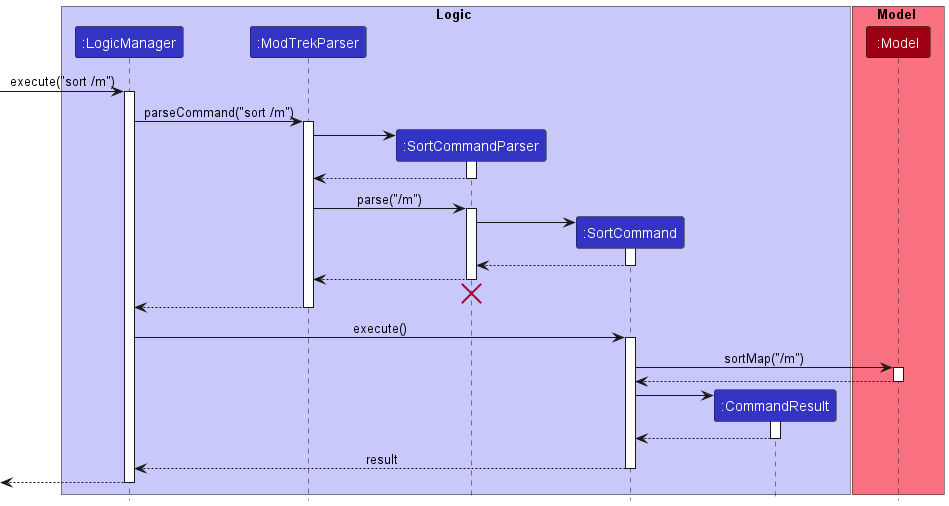
The PlantUML diagram docs/images/SortSequenceDiagram.png in nus-cs2103-AY2223S2/tp, before a commit. Source of this version:
```plantuml
@startuml
!include style.puml

box Logic LOGIC_COLOR_T1
participant ":LogicManager" as LogicManager LOGIC_COLOR
participant ":ModTrekParser" as ModTrekParser LOGIC_COLOR
participant ":SortCommandParser" as SortCommandParser LOGIC_COLOR
participant ":SortCommand" as SortCommand LOGIC_COLOR
participant ":CommandResult" as CommandResult LOGIC_COLOR
end box

box Model MODEL_COLOR_T1
participant ":Model" as Model MODEL_COLOR
end box

[-> LogicManager : execute("sort /m")
activate LogicManager

LogicManager -> ModTrekParser : parseCommand("sort /m")
activate ModTrekParser

create SortCommandParser
ModTrekParser -> SortCommandParser
activate SortCommandParser

SortCommandParser --> ModTrekParser
deactivate SortCommandParser

ModTrekParser -> SortCommandParser : parse("/m")
activate SortCommandParser

create SortCommand
SortCommandParser -> SortCommand
activate SortCommand

SortCommand --> SortCommandParser
deactivate SortCommand

SortCommandParser --> ModTrekParser
deactivate SortCommandParser
SortCommandParser -[hidden]-> ModTrekParser
destroy SortCommandParser

ModTrekParser --> LogicManager
deactivate ModTrekParser

LogicManager -> SortCommand : execute()
activate SortCommand

SortCommand -> Model : sortMap("/m")
activate Model

Model --> SortCommand
deactivate Model

create CommandResult
SortCommand -> CommandResult
activate CommandResult

CommandResult --> SortCommand
deactivate CommandResult

SortCommand --> LogicManager : result
deactivate SortCommand

[<--LogicManager
deactivate LogicManager
@enduml
```
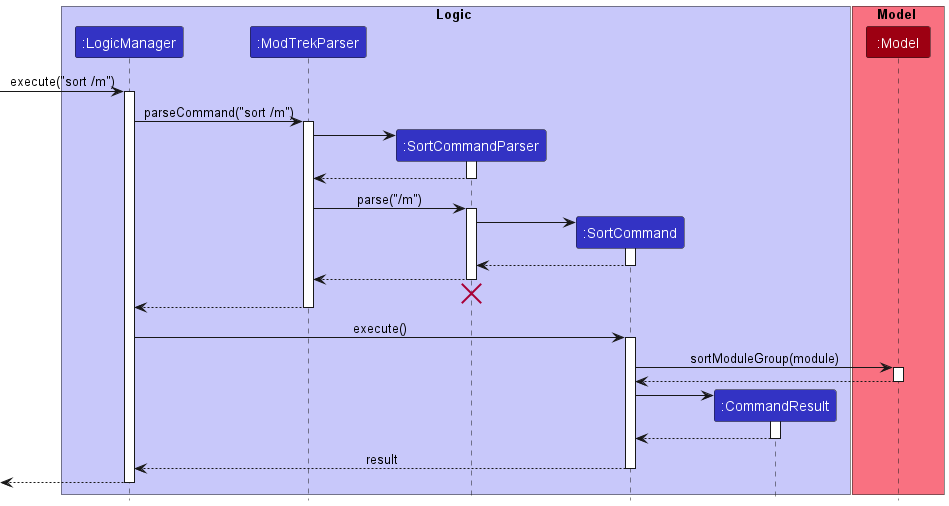
Above is the later version.

Commit message:
Update PPP and Sort DG

What changed in the source:
```diff
@@ -47,7 +47,7 @@
 LogicManager -> SortCommand : execute()
 activate SortCommand
 
-SortCommand -> Model : sortMap("/m")
+SortCommand -> Model : sortModuleGroup(module)
 activate Model
 
 Model --> SortCommand
```
